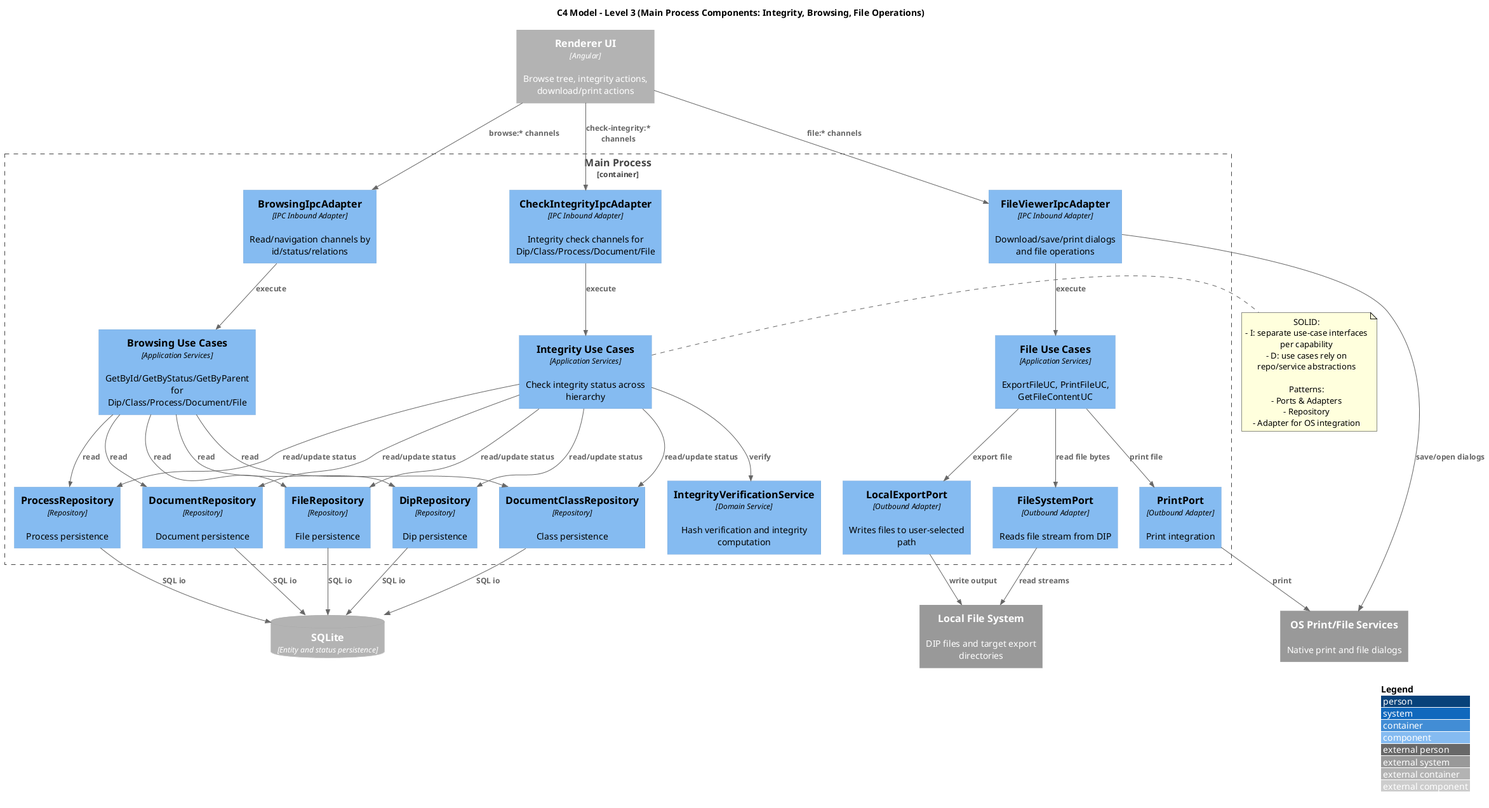
The PlantUML diagram assets/outDiagrammiST/C3_Backend_Browsing_Integrity.png in 7-ZPUs/Docs, before a commit.
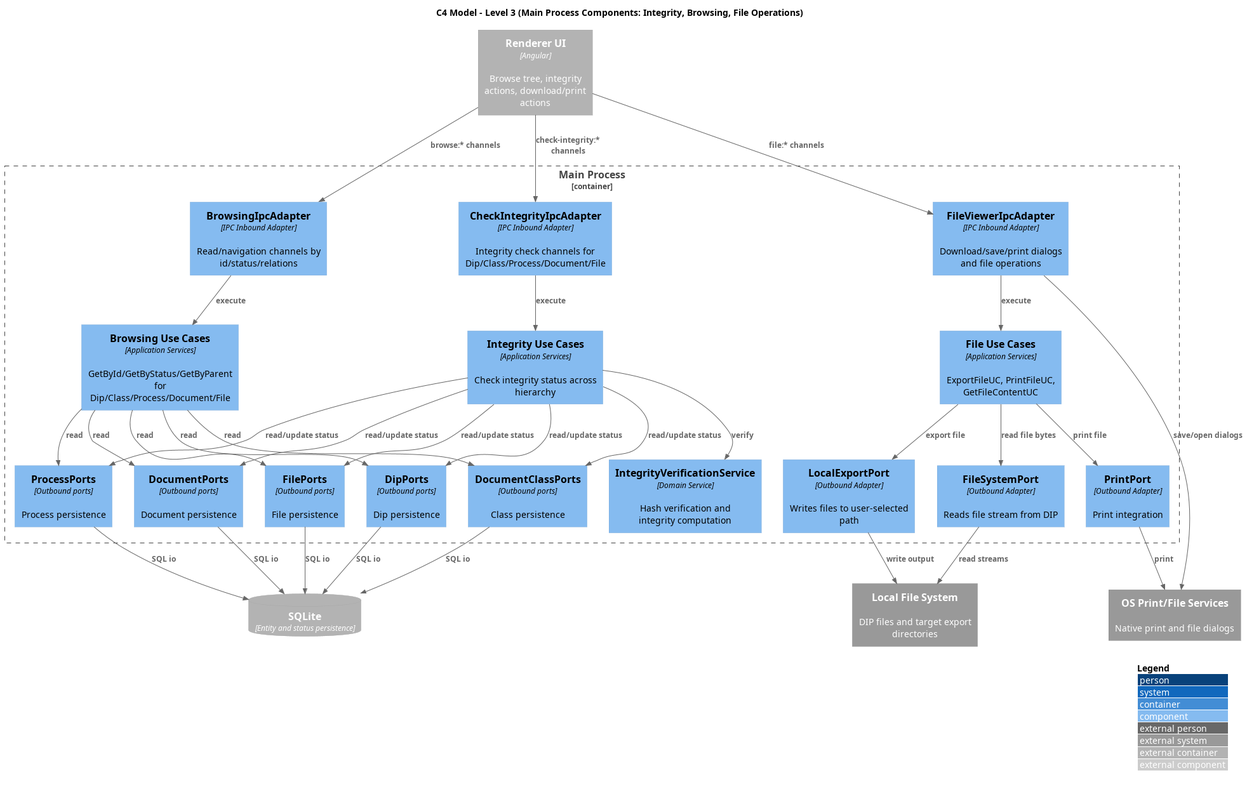
After the change.

What changed in the source:
```diff
@@ -16,11 +16,11 @@
 
   Component(integrity_service, "IntegrityVerificationService", "Domain Service", "Hash verification and integrity computation")
 
-  Component(dip_repo, "DipRepository", "Repository", "Dip persistence")
-  Component(class_repo, "DocumentClassRepository", "Repository", "Class persistence")
-  Component(process_repo, "ProcessRepository", "Repository", "Process persistence")
-  Component(doc_repo, "DocumentRepository", "Repository", "Document persistence")
-  Component(file_repo, "FileRepository", "Repository", "File persistence")
+  Component(dip_repo, "DipPorts", "Outbound ports", "Dip persistence")
+  Component(class_repo, "DocumentClassPorts", "Outbound ports", "Class persistence")
+  Component(process_repo, "ProcessPorts", "Outbound ports", "Process persistence")
+  Component(doc_repo, "DocumentPorts", "Outbound ports", "Document persistence")
+  Component(file_repo, "FilePorts", "Outbound ports", "File persistence")
 
   Component(export_port, "LocalExportPort", "Outbound Adapter", "Writes files to user-selected path")
   Component(print_port, "PrintPort", "Outbound Adapter", "Print integration")
@@ -69,15 +69,4 @@
 Rel(print_port, os_services, "print")
 Rel(file_ipc, os_services, "save/open dialogs")
 
-note right of integrity_ucs
-SOLID:
-- I: separate use-case interfaces per capability
-- D: use cases rely on repo/service abstractions
-
-Patterns:
-- Ports & Adapters
-- Repository
-- Adapter for OS integration
-end note
-
 @enduml
```
